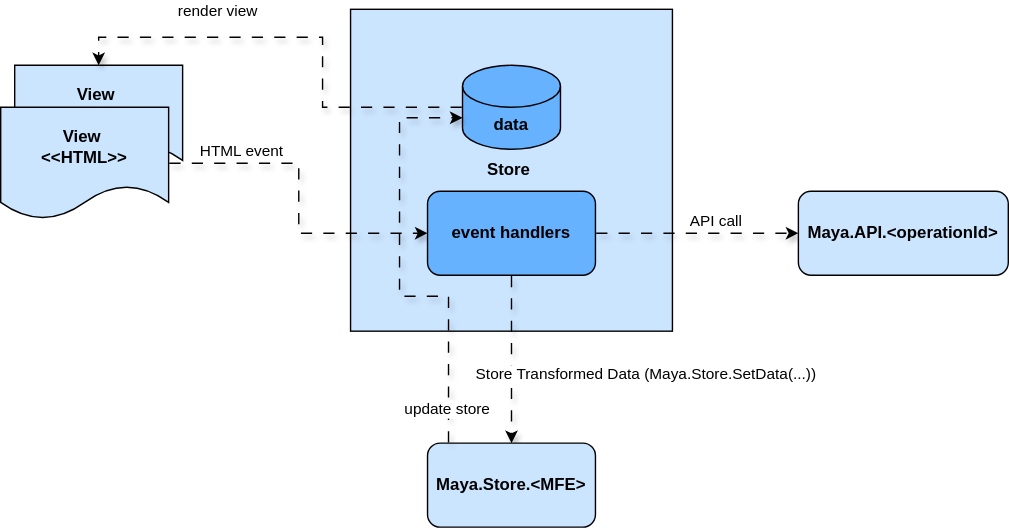
Above: maya-event-flow.svg in maya-sandbox-kit/mayadoc (draw.io), before the change. Source tidied: cells renumbered, new cells last; positions are measured from the earlier drawing's top-left corner, leaving out a move shared by most shapes.
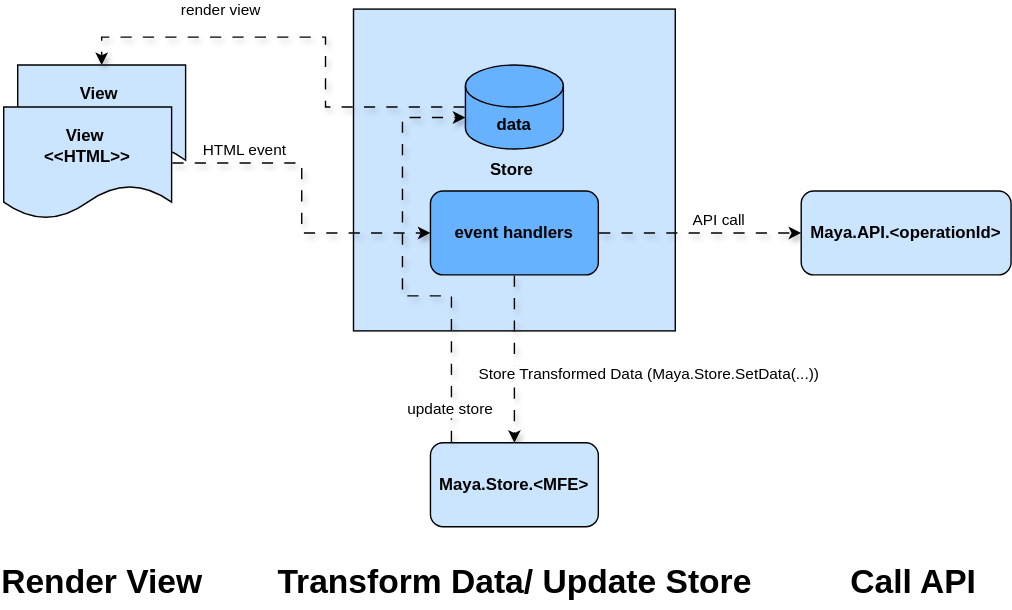
Above is the later version.

Commit message:
added event flow svg

Change to the diagram source:
```diff
@@ -74,5 +74,14 @@
         <mxPoint y="1" as="offset" />
       </mxGeometry>
     </mxCell>
+    <mxCell id="19" value="Render View" style="text;strokeColor=none;fillColor=none;html=1;fontSize=24;fontStyle=1;verticalAlign=middle;align=center;" parent="1" vertex="1">
+      <mxGeometry x="20" y="390" width="100" height="40" as="geometry" />
+    </mxCell>
+    <mxCell id="20" value="Transform Data/ Update Store" style="text;strokeColor=none;fillColor=none;html=1;fontSize=24;fontStyle=1;verticalAlign=middle;align=center;" parent="1" vertex="1">
+      <mxGeometry x="165" y="390" width="400" height="40" as="geometry" />
+    </mxCell>
+    <mxCell id="21" value="Call API" style="text;strokeColor=none;fillColor=none;html=1;fontSize=24;fontStyle=1;verticalAlign=middle;align=center;" parent="1" vertex="1">
+      <mxGeometry x="600" y="390" width="100" height="40" as="geometry" />
+    </mxCell>
   </root>
 </mxGraphModel>
```
